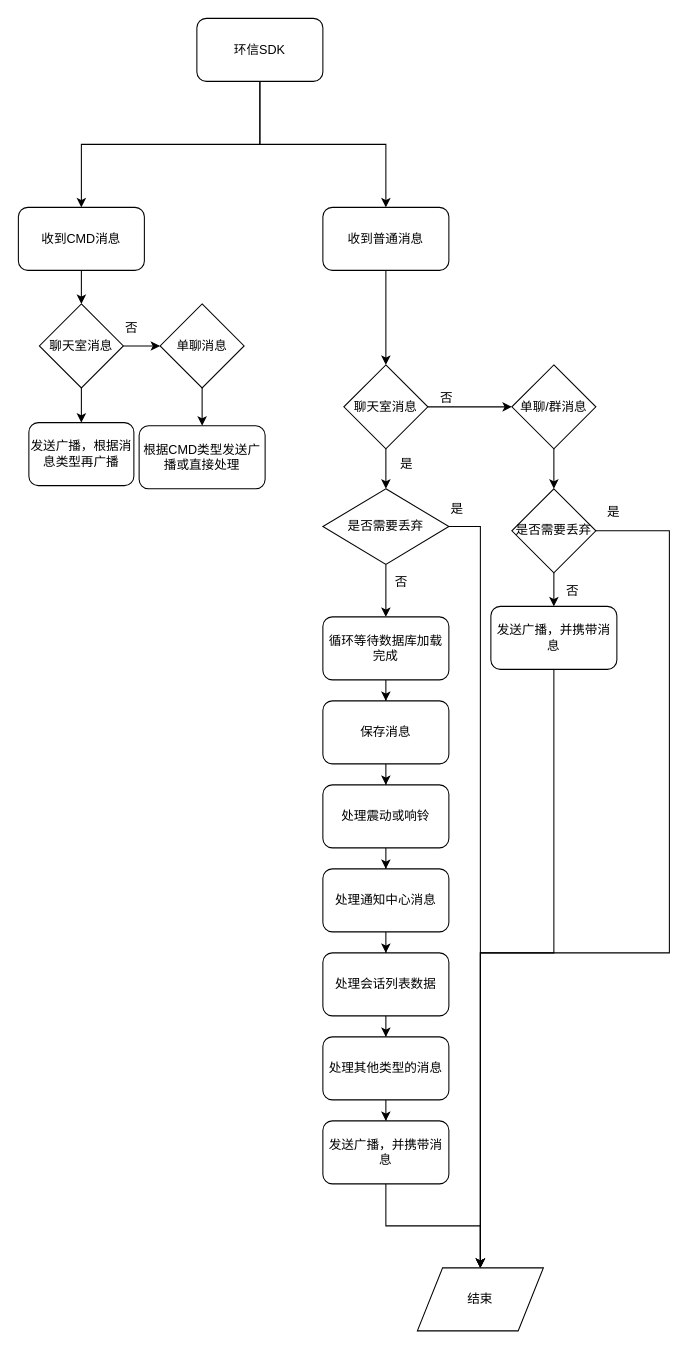
This is 蜜趣收消息流程图.drawio from ZengSir/drawio, a draw.io file, before an edit. Source tidied: cells renumbered, new cells numbered last; positions are measured from the earlier drawing's top-left corner, leaving out a move shared by most shapes. Both pictures are drawn from the tidied source at 105%, with x=0, y=0 at pixel (18, 18).
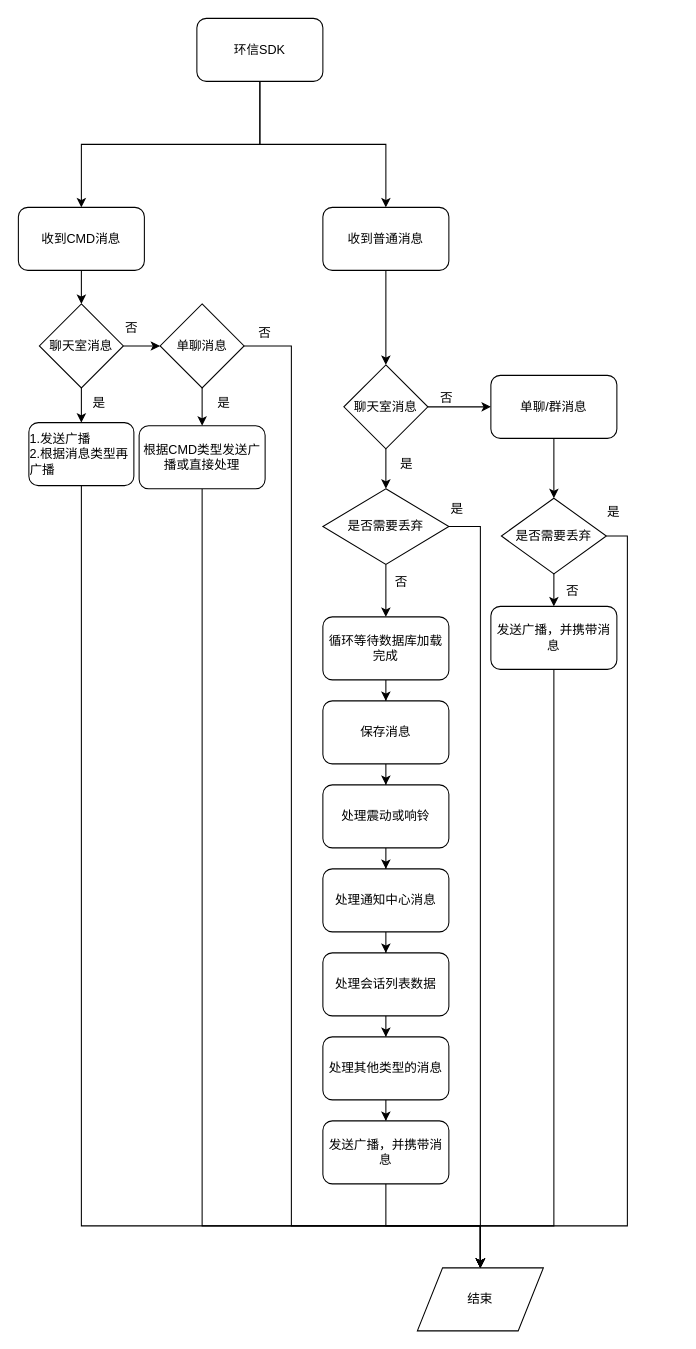
Above is the later version.

Commit message:
更新蜜趣收消息流程图.drawio

The change refers to these unchanged cells:
```xml
<mxCell id="11" value="聊天室消息" style="rhombus;whiteSpace=wrap;html=1;" parent="1" vertex="1">
  <mxGeometry x="310" y="330" width="80" height="80" as="geometry" />
</mxCell>
<mxCell id="18" value="结束" style="shape=parallelogram;perimeter=parallelogramPerimeter;whiteSpace=wrap;html=1;" parent="1" vertex="1">
  <mxGeometry x="380" y="1190" width="120" height="60" as="geometry" />
</mxCell>
<mxCell id="21" value="发送广播，并携带消息" style="rounded=1;whiteSpace=wrap;html=1;" parent="1" vertex="1">
  <mxGeometry x="450" y="560" width="120" height="60" as="geometry" />
</mxCell>
<mxCell id="46" value="单聊消息" style="rhombus;whiteSpace=wrap;html=1;" parent="1" vertex="1">
  <mxGeometry x="135" y="272" width="80" height="80" as="geometry" />
</mxCell>
<mxCell id="48" value="根据CMD类型发送广播或直接处理" style="rounded=1;whiteSpace=wrap;html=1;" parent="1" vertex="1">
  <mxGeometry x="115" y="388" width="120" height="60" as="geometry" />
</mxCell>
```

What changed in the source:
```diff
@@
-    <mxCell id="9" style="edgeStyle=orthogonalEdgeStyle;rounded=0;jettySize=auto;html=1;" parent="1" edge="1" source="11" target="13">
+    <mxCell id="9" style="edgeStyle=orthogonalEdgeStyle;rounded=0;jettySize=auto;html=1;entryX=0;entryY=0.5;entryDx=0;entryDy=0;" parent="1" edge="1" source="11" target="13">
       <mxGeometry relative="1" as="geometry" />
     </mxCell>
@@
-    <mxCell id="13" value="单聊/群消息" style="rhombus;whiteSpace=wrap;html=1;" parent="1" vertex="1">
-      <mxGeometry x="470" y="330" width="80" height="80" as="geometry" />
-    </mxCell>
@@
     <mxCell id="15" style="edgeStyle=orthogonalEdgeStyle;rounded=0;jettySize=auto;html=1;exitX=1;exitY=0.5;exitDx=0;exitDy=0;entryX=0.5;entryY=0;entryDx=0;entryDy=0;" parent="1" edge="1" source="16" target="18">
       <mxGeometry relative="1" as="geometry">
         <Array as="points">
-          <mxPoint x="620" y="488" />
-          <mxPoint x="620" y="890" />
-          <mxPoint x="440" y="890" />
+          <mxPoint x="580" y="493" />
+          <mxPoint x="580" y="1150" />
+          <mxPoint x="440" y="1150" />
         </Array>
       </mxGeometry>
     </mxCell>
     <mxCell id="16" value="是否需要丢弃" style="rhombus;whiteSpace=wrap;html=1;" parent="1" vertex="1">
-      <mxGeometry x="470" y="448" width="80" height="80" as="geometry" />
+      <mxGeometry x="460" y="457" width="100" height="72" as="geometry" />
     </mxCell>
@@
     <mxCell id="20" style="edgeStyle=orthogonalEdgeStyle;rounded=0;jettySize=auto;html=1;exitX=0.5;exitY=1;exitDx=0;exitDy=0;entryX=0.5;entryY=0;entryDx=0;entryDy=0;" parent="1" edge="1" source="21" target="18">
       <mxGeometry relative="1" as="geometry">
         <Array as="points">
-          <mxPoint x="510" y="890" />
-          <mxPoint x="440" y="890" />
+          <mxPoint x="510" y="1150" />
+          <mxPoint x="440" y="1150" />
         </Array>
       </mxGeometry>
     </mxCell>
@@
+    <mxCell id="51" style="edgeStyle=orthogonalEdgeStyle;rounded=0;jettySize=auto;html=1;exitX=1;exitY=0.5;exitDx=0;exitDy=0;entryX=0.5;entryY=0;entryDx=0;entryDy=0;" parent="1" edge="1" source="46" target="18">
+      <mxGeometry relative="1" as="geometry">
+        <Array as="points">
+          <mxPoint x="260" y="312" />
+          <mxPoint x="260" y="1150" />
+          <mxPoint x="440" y="1150" />
+        </Array>
+      </mxGeometry>
+    </mxCell>
@@
+    <mxCell id="52" style="edgeStyle=orthogonalEdgeStyle;rounded=0;jettySize=auto;html=1;exitX=0.5;exitY=1;exitDx=0;exitDy=0;entryX=0.5;entryY=0;entryDx=0;entryDy=0;" parent="1" edge="1" source="48" target="18">
+      <mxGeometry relative="1" as="geometry">
+        <Array as="points">
+          <mxPoint x="175" y="1150" />
+          <mxPoint x="440" y="1150" />
+        </Array>
+      </mxGeometry>
+    </mxCell>
@@
+    <mxCell id="53" style="edgeStyle=orthogonalEdgeStyle;rounded=0;jettySize=auto;html=1;exitX=0.5;exitY=1;exitDx=0;exitDy=0;entryX=0.5;entryY=0;entryDx=0;entryDy=0;" parent="1" edge="1" source="50" target="18">
+      <mxGeometry relative="1" as="geometry">
+        <Array as="points">
+          <mxPoint x="60" y="1150" />
+          <mxPoint x="440" y="1150" />
+        </Array>
+      </mxGeometry>
+    </mxCell>
-    <mxCell id="50" value="发送广播，根据消息类型再广播" style="rounded=1;whiteSpace=wrap;html=1;" parent="1" vertex="1">
+    <mxCell id="50" value="&lt;div style=&quot;text-align: left&quot;&gt;1.发送广播&lt;/div&gt;&lt;div style=&quot;text-align: left&quot;&gt;2.根据消息类型再广播&lt;/div&gt;" style="rounded=1;whiteSpace=wrap;html=1;" parent="1" vertex="1">
       <mxGeometry x="10" y="385" width="100" height="60" as="geometry" />
     </mxCell>
+    <mxCell id="54" value="否" style="text;html=1;align=left;verticalAlign=top;spacingTop=-4;" parent="1" vertex="1">
+      <mxGeometry x="227" y="290" width="30" height="20" as="geometry" />
+    </mxCell>
+    <mxCell id="55" value="是" style="text;html=1;align=left;verticalAlign=top;spacingTop=-4;" parent="1" vertex="1">
+      <mxGeometry x="188" y="357" width="30" height="20" as="geometry" />
+    </mxCell>
+    <mxCell id="56" value="是" style="text;html=1;align=left;verticalAlign=top;spacingTop=-4;" parent="1" vertex="1">
+      <mxGeometry x="69" y="357" width="30" height="20" as="geometry" />
+    </mxCell>
+    <mxCell id="13" value="&lt;span&gt;单聊/群消息&lt;/span&gt;" style="rounded=1;whiteSpace=wrap;html=1;" parent="1" vertex="1">
+      <mxGeometry x="450" y="340" width="120" height="60" as="geometry" />
+    </mxCell>
```
